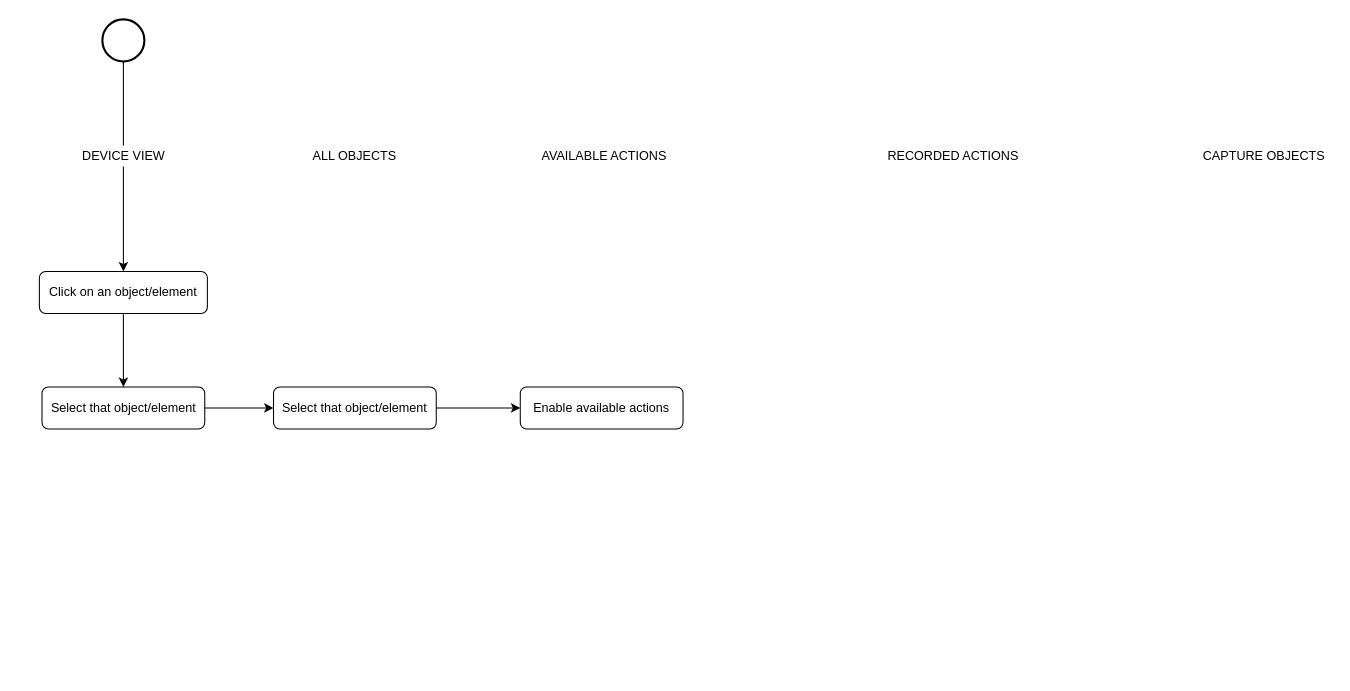
This is mobile-available-actions.drawio from nhpthuy/chart, a draw.io file, before an edit. Source tidied: cells renumbered, new cells numbered last; positions are measured from the earlier drawing's top-left corner, leaving out a move shared by most shapes. Both pictures are drawn from the tidied source at 105%, with x=0, y=0 at pixel (39, 19).
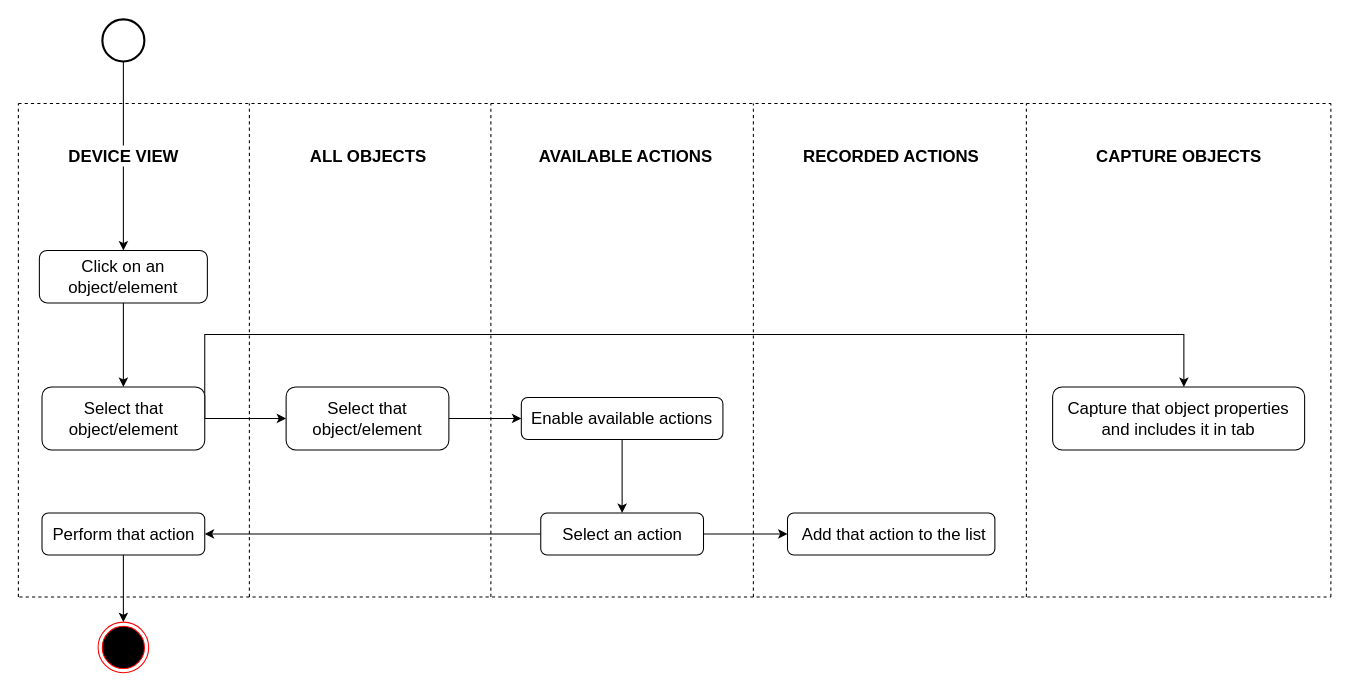
Above is the later version.

Diff of the diagram source:
```diff
@@
-<mxGraphModel>
+<mxGraphModel background="#ffffff">
@@
-    <mxCell id="3" value="Click on an object/element" style="rounded=1;whiteSpace=wrap;html=1;fontSize=12;glass=0;strokeWidth=1;shadow=0;" parent="1" vertex="1">
-      <mxGeometry y="240" width="160" height="40" as="geometry" />
+    <mxCell id="3" value="&lt;font style=&quot;font-size: 16px&quot;&gt;Click on an object/element&lt;/font&gt;" style="rounded=1;whiteSpace=wrap;html=1;fontSize=12;glass=0;strokeWidth=1;shadow=0;" parent="1" vertex="1">
+      <mxGeometry y="220" width="160" height="50" as="geometry" />
     </mxCell>
@@
-    <mxCell id="6" value="DEVICE VIEW" style="text;html=1;align=center;verticalAlign=middle;points=[];strokeColor=none;fillColor=none;" parent="1" vertex="1">
-      <mxGeometry x="35" y="120" width="90" height="20" as="geometry" />
+    <mxCell id="6" value="&lt;font style=&quot;font-size: 16px&quot;&gt;DEVICE VIEW&lt;/font&gt;" style="text;html=1;align=center;verticalAlign=middle;points=[];strokeColor=none;fillColor=none;fontStyle=1;" parent="1" vertex="1">
+      <mxGeometry x="20" y="120" width="120" height="20" as="geometry" />
     </mxCell>
-    <mxCell id="7" value="&amp;nbsp;AVAILABLE ACTIONS" style="text;html=1;align=center;verticalAlign=middle;strokeColor=none;fillColor=none;" parent="1" vertex="1">
-      <mxGeometry x="465.5" y="120" width="140" height="20" as="geometry" />
+    <mxCell id="7" value="&lt;font style=&quot;font-size: 16px&quot;&gt;&amp;nbsp;AVAILABLE ACTIONS&lt;/font&gt;" style="text;html=1;align=center;verticalAlign=middle;strokeColor=none;fillColor=none;fontStyle=1;" parent="1" vertex="1">
+      <mxGeometry x="461" y="120" width="190" height="20" as="geometry" />
     </mxCell>
-    <mxCell id="8" value="ALL OBJECTS" style="text;html=1;align=center;verticalAlign=middle;strokeColor=none;fillColor=none;" parent="1" vertex="1">
-      <mxGeometry x="250" y="120" width="100" height="20" as="geometry" />
+    <mxCell id="8" value="&lt;font style=&quot;font-size: 16px&quot;&gt;ALL OBJECTS&lt;/font&gt;" style="text;html=1;align=center;verticalAlign=middle;strokeColor=none;fillColor=none;fontStyle=1;" parent="1" vertex="1">
+      <mxGeometry x="247.5" y="120" width="130" height="20" as="geometry" />
     </mxCell>
-    <mxCell id="9" value="RECORDED ACTIONS" style="text;html=1;align=center;verticalAlign=middle;strokeColor=none;fillColor=none;" parent="1" vertex="1">
-      <mxGeometry x="800" y="120" width="140" height="20" as="geometry" />
+    <mxCell id="9" value="&lt;font style=&quot;font-size: 16px&quot;&gt;RECORDED ACTIONS&lt;/font&gt;" style="text;html=1;align=center;verticalAlign=middle;strokeColor=none;fillColor=none;fontStyle=1;" parent="1" vertex="1">
+      <mxGeometry x="721.2" y="120" width="180" height="20" as="geometry" />
     </mxCell>
-    <mxCell id="10" value="CAPTURE OBJECTS" style="text;html=1;align=center;verticalAlign=middle;strokeColor=none;fillColor=none;" parent="1" vertex="1">
-      <mxGeometry x="1101" y="120" width="130" height="20" as="geometry" />
+    <mxCell id="10" value="&lt;font style=&quot;font-size: 16px&quot;&gt;CAPTURE OBJECTS&lt;/font&gt;" style="text;html=1;align=center;verticalAlign=middle;strokeColor=none;fillColor=none;fontStyle=1;" parent="1" vertex="1">
+      <mxGeometry x="1000" y="120" width="170" height="20" as="geometry" />
     </mxCell>
@@
-    <mxCell id="13" value="Select that object/element" style="rounded=1;whiteSpace=wrap;html=1;fontSize=12;glass=0;strokeWidth=1;shadow=0;" parent="1" vertex="1">
-      <mxGeometry x="223" y="350" width="155" height="40" as="geometry" />
+    <mxCell id="13" value="&lt;font style=&quot;font-size: 16px&quot;&gt;Select that object/element&lt;/font&gt;" style="rounded=1;whiteSpace=wrap;html=1;fontSize=12;glass=0;strokeWidth=1;shadow=0;" parent="1" vertex="1">
+      <mxGeometry x="235" y="350" width="155" height="60" as="geometry" />
     </mxCell>
-    <mxCell id="14" style="edgeStyle=orthogonalEdgeStyle;rounded=0;jettySize=auto;html=1;entryX=0;entryY=0.5;entryDx=0;entryDy=0;" parent="1" edge="1" source="15" target="13">
+    <mxCell id="14" style="edgeStyle=orthogonalEdgeStyle;rounded=0;jettySize=auto;html=1;fontSize=12;" parent="1" edge="1" source="15" target="13">
       <mxGeometry relative="1" as="geometry" />
     </mxCell>
+    <mxCell id="17" style="edgeStyle=orthogonalEdgeStyle;rounded=0;jettySize=auto;html=1;fontSize=12;exitX=1;exitY=0.5;exitDx=0;exitDy=0;" parent="1" edge="1" source="15" target="25">
+      <mxGeometry relative="1" as="geometry">
+        <Array as="points">
+          <mxPoint x="157" y="300" />
+          <mxPoint x="1090" y="300" />
+        </Array>
+      </mxGeometry>
+    </mxCell>
-    <mxCell id="15" value="Select that object/element" style="rounded=1;whiteSpace=wrap;html=1;fontSize=12;glass=0;strokeWidth=1;shadow=0;" parent="1" vertex="1">
-      <mxGeometry x="2.5" y="350" width="155" height="40" as="geometry" />
+    <mxCell id="15" value="&lt;font style=&quot;font-size: 16px&quot;&gt;Select that object/element&lt;/font&gt;" style="rounded=1;whiteSpace=wrap;html=1;fontSize=12;glass=0;strokeWidth=1;shadow=0;" parent="1" vertex="1">
+      <mxGeometry x="2.5" y="350" width="155" height="60" as="geometry" />
     </mxCell>
+    <mxCell id="18" style="edgeStyle=orthogonalEdgeStyle;rounded=0;jettySize=auto;html=1;" parent="1" edge="1" source="16" target="21">
+      <mxGeometry relative="1" as="geometry" />
+    </mxCell>
-    <mxCell id="16" value="Enable available actions" style="rounded=1;whiteSpace=wrap;html=1;fontSize=12;glass=0;strokeWidth=1;shadow=0;" parent="1" vertex="1">
-      <mxGeometry x="458" y="350" width="155" height="40" as="geometry" />
+    <mxCell id="16" value="&lt;font style=&quot;font-size: 16px&quot;&gt;Enable available actions&lt;/font&gt;" style="rounded=1;whiteSpace=wrap;html=1;fontSize=12;glass=0;strokeWidth=1;shadow=0;" parent="1" vertex="1">
+      <mxGeometry x="459" y="360" width="192" height="40" as="geometry" />
     </mxCell>
+    <mxCell id="19" style="edgeStyle=orthogonalEdgeStyle;rounded=0;jettySize=auto;html=1;" parent="1" edge="1" source="21" target="23">
+      <mxGeometry relative="1" as="geometry" />
+    </mxCell>
+    <mxCell id="20" style="edgeStyle=orthogonalEdgeStyle;rounded=0;jettySize=auto;html=1;" parent="1" edge="1" source="21" target="24">
+      <mxGeometry relative="1" as="geometry" />
+    </mxCell>
+    <mxCell id="21" value="&lt;font style=&quot;font-size: 16px&quot;&gt;Select an action&lt;/font&gt;" style="rounded=1;whiteSpace=wrap;html=1;fontSize=12;glass=0;strokeWidth=1;shadow=0;" parent="1" vertex="1">
+      <mxGeometry x="477.5" y="470" width="155" height="40" as="geometry" />
+    </mxCell>
+    <mxCell id="22" style="edgeStyle=orthogonalEdgeStyle;rounded=0;jettySize=auto;html=1;fontSize=12;" parent="1" edge="1" source="23" target="26">
+      <mxGeometry relative="1" as="geometry" />
+    </mxCell>
+    <mxCell id="23" value="&lt;font style=&quot;font-size: 16px&quot;&gt;Perform that action&lt;/font&gt;" style="rounded=1;whiteSpace=wrap;html=1;fontSize=12;glass=0;strokeWidth=1;shadow=0;" parent="1" vertex="1">
+      <mxGeometry x="2.5" y="470" width="155" height="40" as="geometry" />
+    </mxCell>
+    <mxCell id="24" value="&lt;font style=&quot;font-size: 16px&quot;&gt;&amp;nbsp;Add that action to the list&lt;/font&gt;" style="rounded=1;whiteSpace=wrap;html=1;fontSize=12;glass=0;strokeWidth=1;shadow=0;" parent="1" vertex="1">
+      <mxGeometry x="712.5" y="470" width="197.5" height="40" as="geometry" />
+    </mxCell>
+    <mxCell id="25" value="&lt;font style=&quot;font-size: 16px&quot;&gt;&lt;span style=&quot;text-align: left ; background-color: rgb(255 , 255 , 255)&quot;&gt;Capture that&amp;nbsp;&lt;/span&gt;&lt;span style=&quot;text-align: left ; background-color: rgb(255 , 255 , 255)&quot;&gt;object properties and includes it in&lt;/span&gt;&lt;span style=&quot;text-align: left ; background-color: rgb(255 , 255 , 255)&quot;&gt;&amp;nbsp;tab&lt;/span&gt;&lt;/font&gt;" style="rounded=1;whiteSpace=wrap;html=1;fontSize=12;glass=0;strokeWidth=1;shadow=0;" parent="1" vertex="1">
+      <mxGeometry x="965" y="350" width="240" height="60" as="geometry" />
+    </mxCell>
+    <mxCell id="26" style="ellipse;html=1;shape=endState;fillColor=#000000;strokeColor=#ff0000;fontSize=12;" parent="1" vertex="1">
+      <mxGeometry x="55.9" y="574" width="48.2" height="48.2" as="geometry" />
+    </mxCell>
+    <mxCell id="27" style="endArrow=none;dashed=1;html=1;rounded=0;fontSize=12;" parent="1" edge="1">
+      <mxGeometry relative="1" as="geometry">
+        <mxPoint x="-20" y="550" as="sourcePoint" />
+        <mxPoint x="-20" y="80" as="targetPoint" />
+      </mxGeometry>
+    </mxCell>
+    <mxCell id="28" style="endArrow=none;dashed=1;html=1;rounded=0;fontSize=12;" parent="1" edge="1">
+      <mxGeometry relative="1" as="geometry">
+        <mxPoint x="200" y="550" as="sourcePoint" />
+        <mxPoint x="200" y="80" as="targetPoint" />
+      </mxGeometry>
+    </mxCell>
+    <mxCell id="29" style="endArrow=none;dashed=1;html=1;rounded=0;fontSize=12;" parent="1" edge="1">
+      <mxGeometry relative="1" as="geometry">
+        <mxPoint x="430" y="550" as="sourcePoint" />
+        <mxPoint x="430" y="80" as="targetPoint" />
+      </mxGeometry>
+    </mxCell>
+    <mxCell id="30" style="endArrow=none;dashed=1;html=1;rounded=0;fontSize=12;" parent="1" edge="1">
+      <mxGeometry relative="1" as="geometry">
+        <mxPoint x="680" y="550" as="sourcePoint" />
+        <mxPoint x="680" y="80" as="targetPoint" />
+      </mxGeometry>
+    </mxCell>
+    <mxCell id="31" style="endArrow=none;dashed=1;html=1;rounded=0;fontSize=12;" parent="1" edge="1">
+      <mxGeometry relative="1" as="geometry">
+        <mxPoint x="940" y="550" as="sourcePoint" />
+        <mxPoint x="940" y="80" as="targetPoint" />
+      </mxGeometry>
+    </mxCell>
+    <mxCell id="32" style="endArrow=none;dashed=1;html=1;rounded=0;fontSize=12;" parent="1" edge="1">
+      <mxGeometry relative="1" as="geometry">
+        <mxPoint x="1230" y="550" as="sourcePoint" />
+        <mxPoint x="1230" y="80" as="targetPoint" />
+      </mxGeometry>
+    </mxCell>
+    <mxCell id="33" style="endArrow=none;dashed=1;html=1;rounded=0;fontSize=12;" parent="1" edge="1">
+      <mxGeometry relative="1" as="geometry">
+        <mxPoint x="-19" y="550" as="sourcePoint" />
+        <mxPoint x="1230" y="550" as="targetPoint" />
+      </mxGeometry>
+    </mxCell>
+    <mxCell id="34" style="endArrow=none;dashed=1;html=1;rounded=0;fontSize=12;" parent="1" edge="1">
+      <mxGeometry relative="1" as="geometry">
+        <mxPoint x="-20" y="80" as="sourcePoint" />
+        <mxPoint x="1230" y="80" as="targetPoint" />
+      </mxGeometry>
+    </mxCell>
```
